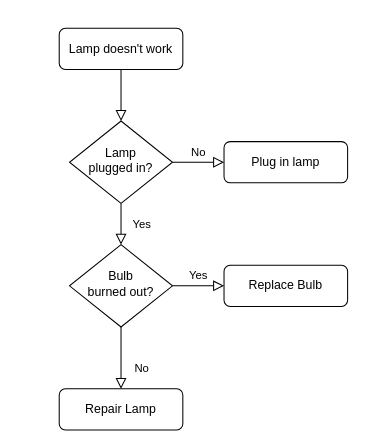
Above: 重复告警.drawio in zm52hz/test1 (draw.io), before the change. Source tidied: cells renumbered, new cells numbered last; positions are measured from the earlier drawing's top-left corner, leaving out a move shared by most shapes. Both pictures are drawn from the tidied source at 103%, with x=0, y=0 at pixel (59, 28).
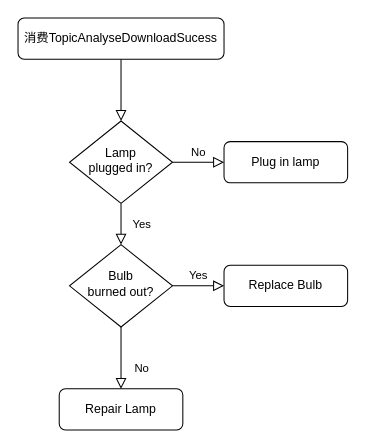
After the change.

Commit message:
更新重复告警.drawio

Diff of the diagram source:
```diff
@@
 <mxGraphModel>
   <root>
     <mxCell id="0" />
     <mxCell id="1" parent="0" />
     <mxCell id="2" style="rounded=0;html=1;jettySize=auto;fontSize=11;endArrow=block;endFill=0;endSize=8;strokeWidth=1;shadow=0;labelBackgroundColor=none;edgeStyle=orthogonalEdgeStyle;" parent="1" edge="1" source="3" target="6">
       <mxGeometry relative="1" as="geometry" />
     </mxCell>
-    <mxCell id="3" value="Lamp doesn't work" style="rounded=1;whiteSpace=wrap;html=1;fontSize=12;glass=0;strokeWidth=1;shadow=0;" parent="1" vertex="1">
-      <mxGeometry width="120" height="40" as="geometry" />
+    <mxCell id="3" value="消费TopicAnalyseDownloadSucess" style="rounded=1;whiteSpace=wrap;html=1;fontSize=12;glass=0;strokeWidth=1;shadow=0;" parent="1" vertex="1">
+      <mxGeometry x="-40" y="-10" width="200" height="40" as="geometry" />
     </mxCell>
     <mxCell id="4" value="Yes" style="rounded=0;html=1;jettySize=auto;fontSize=11;endArrow=block;endFill=0;endSize=8;strokeWidth=1;shadow=0;labelBackgroundColor=none;edgeStyle=orthogonalEdgeStyle;" parent="1" edge="1" source="6" target="10">
       <mxGeometry y="20" relative="1" as="geometry" />
     </mxCell>
     <mxCell id="5" value="No" style="edgeStyle=orthogonalEdgeStyle;rounded=0;html=1;jettySize=auto;fontSize=11;endArrow=block;endFill=0;endSize=8;strokeWidth=1;shadow=0;labelBackgroundColor=none;" parent="1" edge="1" source="6" target="7">
       <mxGeometry y="10" relative="1" as="geometry" />
     </mxCell>
     <mxCell id="6" value="Lamp&lt;br&gt;plugged in?" style="rhombus;whiteSpace=wrap;html=1;shadow=0;fontFamily=Helvetica;fontSize=12;align=center;strokeWidth=1;spacing=6;spacingTop=-4;" parent="1" vertex="1">
       <mxGeometry x="10" y="90" width="100" height="80" as="geometry" />
     </mxCell>
     <mxCell id="7" value="Plug in lamp" style="rounded=1;whiteSpace=wrap;html=1;fontSize=12;glass=0;strokeWidth=1;shadow=0;" parent="1" vertex="1">
       <mxGeometry x="160" y="110" width="120" height="40" as="geometry" />
     </mxCell>
     <mxCell id="8" value="No" style="rounded=0;html=1;jettySize=auto;fontSize=11;endArrow=block;endFill=0;endSize=8;strokeWidth=1;shadow=0;labelBackgroundColor=none;edgeStyle=orthogonalEdgeStyle;" parent="1" edge="1" source="10" target="11">
       <mxGeometry x="0.33" y="20" relative="1" as="geometry" />
     </mxCell>
     <mxCell id="9" value="Yes" style="edgeStyle=orthogonalEdgeStyle;rounded=0;html=1;jettySize=auto;fontSize=11;endArrow=block;endFill=0;endSize=8;strokeWidth=1;shadow=0;labelBackgroundColor=none;" parent="1" edge="1" source="10" target="12">
       <mxGeometry y="10" relative="1" as="geometry" />
     </mxCell>
     <mxCell id="10" value="Bulb&lt;br&gt;burned out?" style="rhombus;whiteSpace=wrap;html=1;shadow=0;fontFamily=Helvetica;fontSize=12;align=center;strokeWidth=1;spacing=6;spacingTop=-4;" parent="1" vertex="1">
       <mxGeometry x="10" y="210" width="100" height="80" as="geometry" />
     </mxCell>
     <mxCell id="11" value="Repair Lamp" style="rounded=1;whiteSpace=wrap;html=1;fontSize=12;glass=0;strokeWidth=1;shadow=0;" parent="1" vertex="1">
       <mxGeometry y="350" width="120" height="40" as="geometry" />
     </mxCell>
     <mxCell id="12" value="Replace Bulb" style="rounded=1;whiteSpace=wrap;html=1;fontSize=12;glass=0;strokeWidth=1;shadow=0;" parent="1" vertex="1">
       <mxGeometry x="160" y="230" width="120" height="40" as="geometry" />
     </mxCell>
   </root>
 </mxGraphModel>
```
